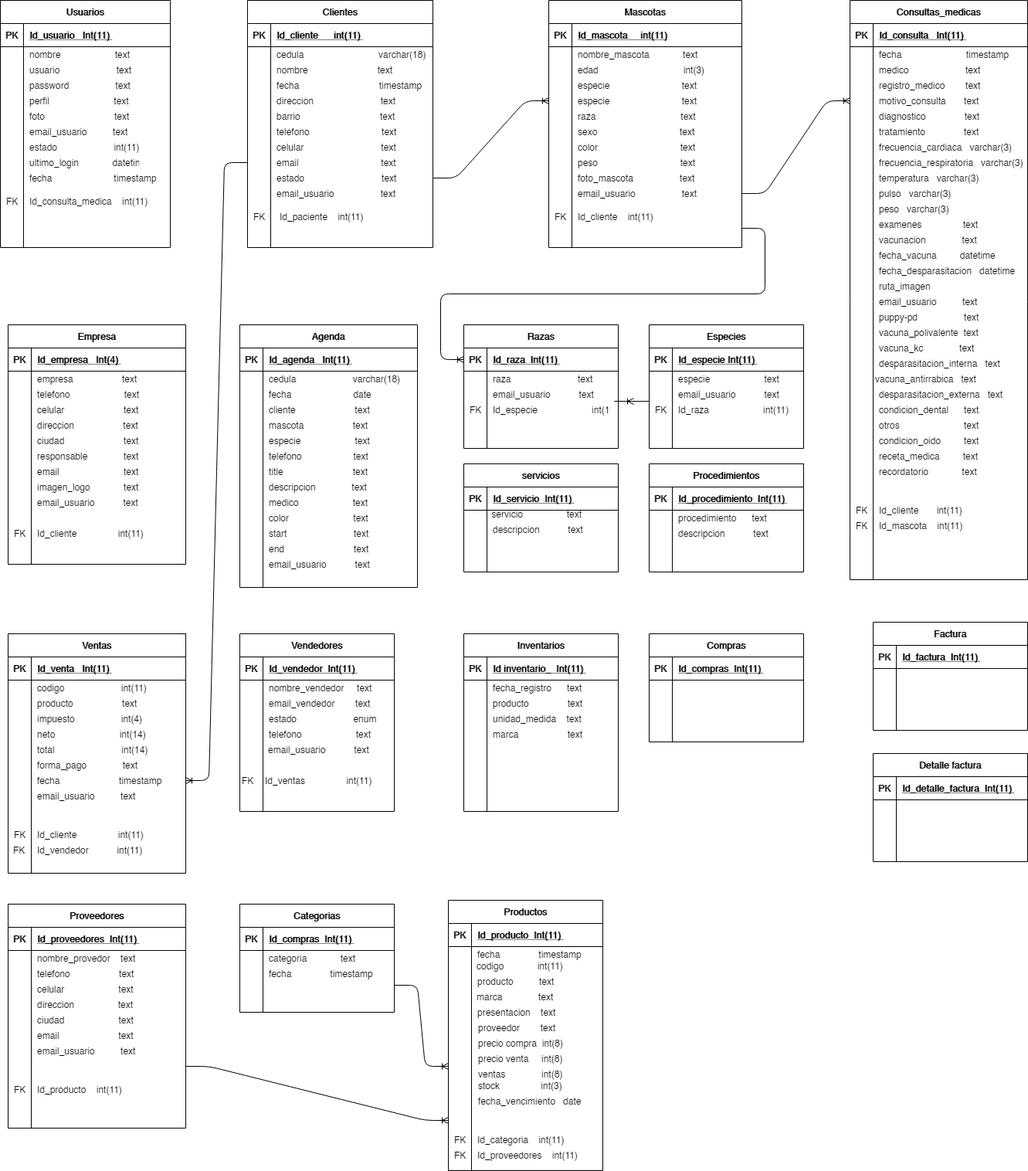
Above: Untitled Diagram.png in heberthm/ejemplos-blog (draw.io), before the change. Source tidied: cells renumbered, new cells last; positions are measured from the earlier drawing's top-left corner, leaving out a move shared by most shapes.
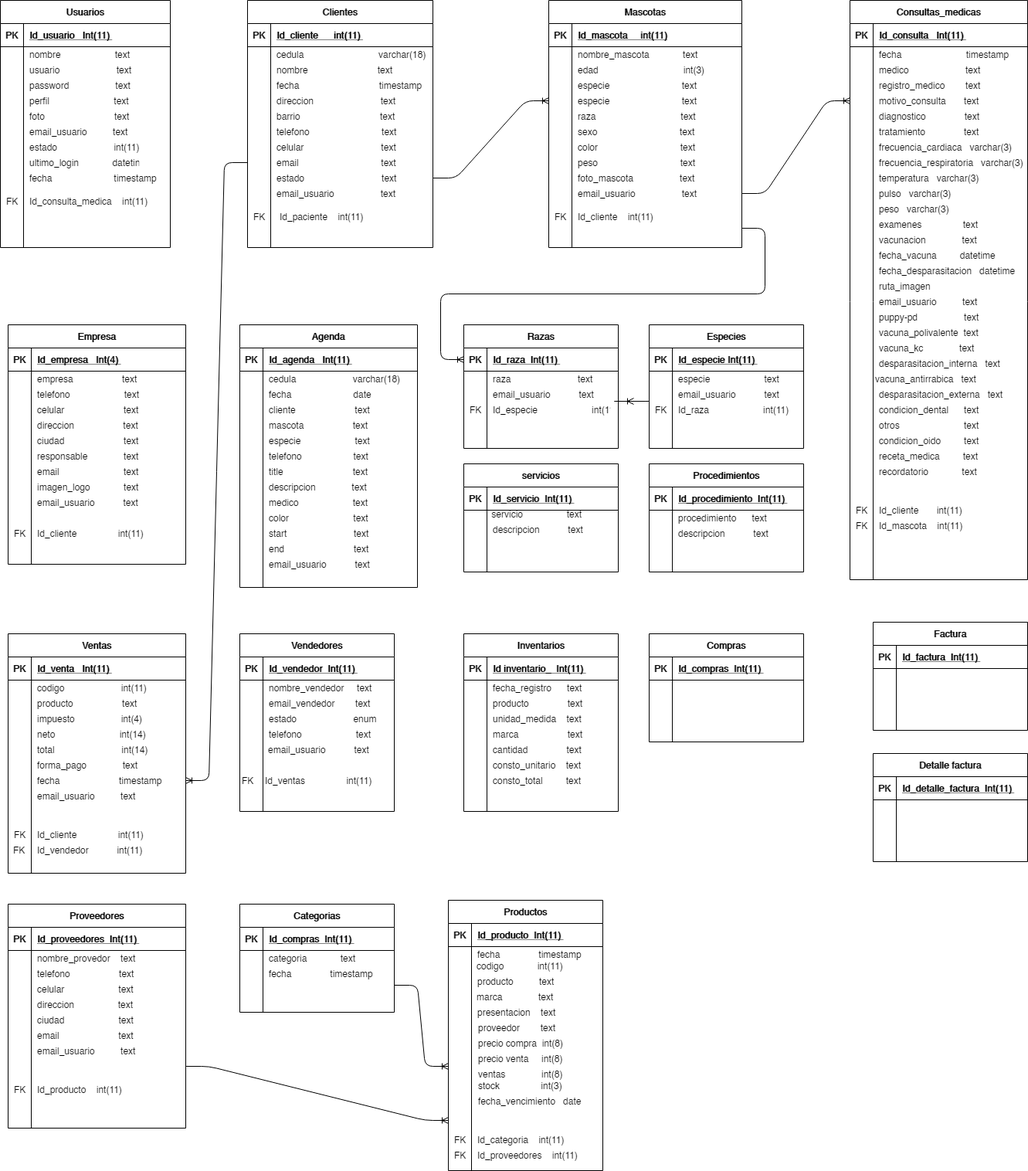
Above is the later version.

Diff of the diagram source:
```diff
@@ -1119,5 +1119,14 @@
     <mxCell id="370" value="fecha_registro      text" style="shape=partialRectangle;fillColor=none;top=0;left=0;bottom=0;right=0;align=left;spacingLeft=6;overflow=hidden;" parent="1" vertex="1">
       <mxGeometry x="630" y="880" width="170" height="20" as="geometry" />
     </mxCell>
+    <mxCell id="371" value="cantidad               text" style="shape=partialRectangle;fillColor=none;top=0;left=0;bottom=0;right=0;align=left;spacingLeft=6;overflow=hidden;" parent="1" vertex="1">
+      <mxGeometry x="630" y="960" width="170" height="20" as="geometry" />
+    </mxCell>
+    <mxCell id="372" value="consto_unitario    text" style="shape=partialRectangle;fillColor=none;top=0;left=0;bottom=0;right=0;align=left;spacingLeft=6;overflow=hidden;" parent="1" vertex="1">
+      <mxGeometry x="630" y="980" width="170" height="20" as="geometry" />
+    </mxCell>
+    <mxCell id="373" value="consto_total         text" style="shape=partialRectangle;fillColor=none;top=0;left=0;bottom=0;right=0;align=left;spacingLeft=6;overflow=hidden;" parent="1" vertex="1">
+      <mxGeometry x="630" y="1000" width="170" height="20" as="geometry" />
+    </mxCell>
   </root>
 </mxGraphModel>
```
